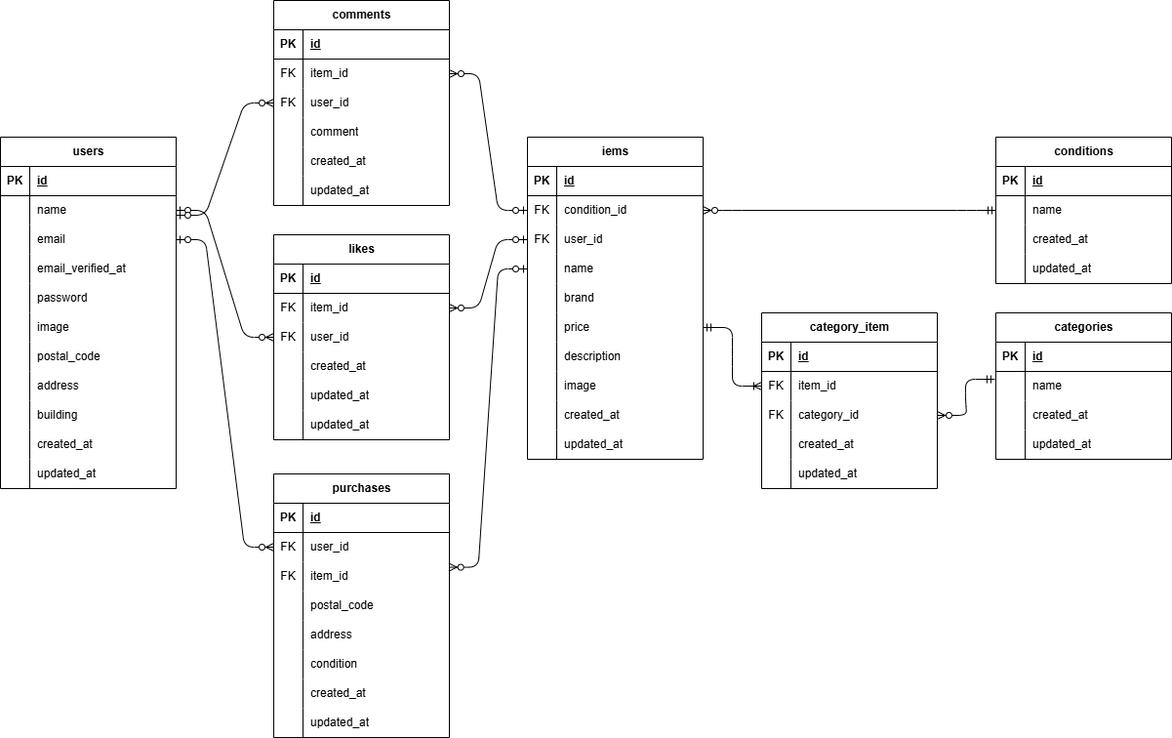
s-kiso/flea-market keeps this draw.io diagram as er.png. Above is the earlier version. Source tidied: cells renumbered, new cells last; positions are measured from the earlier drawing's top-left corner, leaving out a move shared by most shapes.
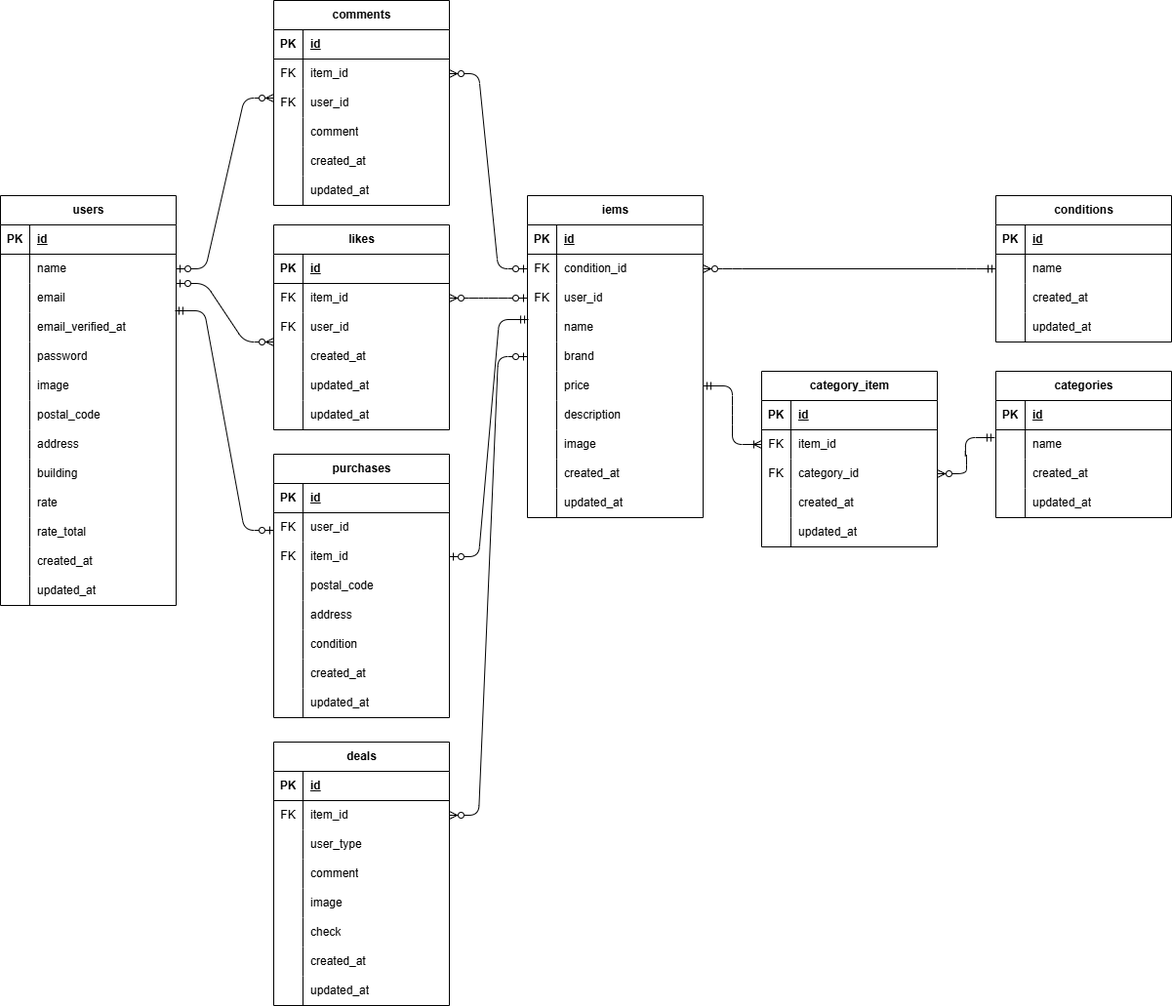
Later version of the same file.

What changed in the source:
```diff
@@ -222,7 +222,7 @@
       <mxGeometry x="30" width="150" height="30" as="geometry" />
     </mxCell>
     <mxCell id="75" value="users" style="shape=table;startSize=30;rowLines=0;fontStyle=1;align=center;html=1;" parent="1" vertex="1">
-      <mxGeometry y="140" width="180" height="360" as="geometry" />
+      <mxGeometry y="140" width="180" height="420" as="geometry" />
     </mxCell>
     <mxCell id="76" style="shape=tableRow;horizontal=0;startSize=0;swimlaneHead=0;swimlaneBody=0;fillColor=none;top=0;left=0;right=0;bottom=1;" parent="75" vertex="1">
       <mxGeometry y="30" width="180" height="30" as="geometry" />
@@ -305,8 +305,26 @@
     <mxCell id="102" value="building" style="shape=partialRectangle;fillColor=none;top=0;left=0;bottom=0;right=0;align=left;spacingLeft=6;overflow=hidden;whiteSpace=wrap;html=1;" parent="100" vertex="1">
       <mxGeometry x="30" width="150" height="30" as="geometry" />
     </mxCell>
+    <mxCell id="181" style="shape=tableRow;horizontal=0;startSize=0;swimlaneHead=0;swimlaneBody=0;fillColor=none;top=0;left=0;right=0;bottom=0;" parent="75" vertex="1">
+      <mxGeometry y="300" width="180" height="30" as="geometry" />
+    </mxCell>
+    <mxCell id="182" style="shape=partialRectangle;fillColor=none;top=0;left=0;bottom=0;right=0;overflow=hidden;whiteSpace=wrap;html=1;" parent="181" vertex="1">
+      <mxGeometry width="30" height="30" as="geometry" />
+    </mxCell>
+    <mxCell id="183" value="rate" style="shape=partialRectangle;fillColor=none;top=0;left=0;bottom=0;right=0;align=left;spacingLeft=6;overflow=hidden;whiteSpace=wrap;html=1;" parent="181" vertex="1">
+      <mxGeometry x="30" width="150" height="30" as="geometry" />
+    </mxCell>
+    <mxCell id="184" style="shape=tableRow;horizontal=0;startSize=0;swimlaneHead=0;swimlaneBody=0;fillColor=none;top=0;left=0;right=0;bottom=0;" parent="75" vertex="1">
+      <mxGeometry y="330" width="180" height="30" as="geometry" />
+    </mxCell>
+    <mxCell id="185" style="shape=partialRectangle;fillColor=none;top=0;left=0;bottom=0;right=0;overflow=hidden;whiteSpace=wrap;html=1;" parent="184" vertex="1">
+      <mxGeometry width="30" height="30" as="geometry" />
+    </mxCell>
+    <mxCell id="186" value="rate_total" style="shape=partialRectangle;fillColor=none;top=0;left=0;bottom=0;right=0;align=left;spacingLeft=6;overflow=hidden;whiteSpace=wrap;html=1;" parent="184" vertex="1">
+      <mxGeometry x="30" width="150" height="30" as="geometry" />
+    </mxCell>
     <mxCell id="103" style="shape=tableRow;horizontal=0;startSize=0;swimlaneHead=0;swimlaneBody=0;fillColor=none;top=0;left=0;right=0;bottom=0;" parent="75" vertex="1">
-      <mxGeometry y="300" width="180" height="30" as="geometry" />
+      <mxGeometry y="360" width="180" height="30" as="geometry" />
     </mxCell>
     <mxCell id="104" style="shape=partialRectangle;fillColor=none;top=0;left=0;bottom=0;right=0;overflow=hidden;whiteSpace=wrap;html=1;" parent="103" vertex="1">
       <mxGeometry width="30" height="30" as="geometry" />
@@ -315,7 +333,7 @@
       <mxGeometry x="30" width="150" height="30" as="geometry" />
     </mxCell>
     <mxCell id="106" style="shape=tableRow;horizontal=0;startSize=0;swimlaneHead=0;swimlaneBody=0;fillColor=none;top=0;left=0;right=0;bottom=0;" parent="75" vertex="1">
-      <mxGeometry y="330" width="180" height="30" as="geometry" />
+      <mxGeometry y="390" width="180" height="30" as="geometry" />
     </mxCell>
     <mxCell id="107" style="shape=partialRectangle;fillColor=none;top=0;left=0;bottom=0;right=0;overflow=hidden;whiteSpace=wrap;html=1;" parent="106" vertex="1">
       <mxGeometry width="30" height="30" as="geometry" />
@@ -324,7 +342,7 @@
       <mxGeometry x="30" width="150" height="30" as="geometry" />
     </mxCell>
     <mxCell id="109" value="likes" style="shape=table;startSize=30;rowLines=0;fontStyle=1;align=center;html=1;" parent="1" vertex="1">
-      <mxGeometry x="280" y="240" width="180" height="210" as="geometry" />
+      <mxGeometry x="280" y="170" width="180" height="210" as="geometry" />
     </mxCell>
     <mxCell id="110" style="shape=tableRow;horizontal=0;startSize=0;swimlaneHead=0;swimlaneBody=0;fillColor=none;top=0;left=0;right=0;bottom=1;" parent="109" vertex="1">
       <mxGeometry y="30" width="180" height="30" as="geometry" />
@@ -381,7 +399,7 @@
       <mxGeometry x="30" width="150" height="30" as="geometry" />
     </mxCell>
     <mxCell id="128" value="comments" style="shape=table;startSize=30;rowLines=0;fontStyle=1;align=center;html=1;" parent="1" vertex="1">
-      <mxGeometry x="280" width="180" height="210" as="geometry" />
+      <mxGeometry x="280" y="-60" width="180" height="210" as="geometry" />
     </mxCell>
     <mxCell id="129" style="shape=tableRow;horizontal=0;startSize=0;swimlaneHead=0;swimlaneBody=0;fillColor=none;top=0;left=0;right=0;bottom=1;" parent="128" vertex="1">
       <mxGeometry y="30" width="180" height="30" as="geometry" />
@@ -438,7 +456,7 @@
       <mxGeometry x="30" width="150" height="30" as="geometry" />
     </mxCell>
     <mxCell id="147" value="purchases" style="shape=table;startSize=30;rowLines=0;fontStyle=1;align=center;html=1;" parent="1" vertex="1">
-      <mxGeometry x="280" y="485" width="180" height="270" as="geometry" />
+      <mxGeometry x="280" y="405" width="180" height="270" as="geometry" />
     </mxCell>
     <mxCell id="148" style="shape=tableRow;horizontal=0;startSize=0;swimlaneHead=0;swimlaneBody=0;fillColor=none;top=0;left=0;right=0;bottom=1;" parent="147" vertex="1">
       <mxGeometry y="30" width="180" height="30" as="geometry" />
@@ -521,8 +539,11 @@
     <mxCell id="174" style="edgeStyle=entityRelationEdgeStyle;fontSize=12;html=1;endArrow=ERzeroToMany;startArrow=ERmandOne;exitX=0;exitY=0.5;exitDx=0;exitDy=0;entryX=1;entryY=0.5;entryDx=0;entryDy=0;" parent="1" edge="1" source="37" target="6">
       <mxGeometry relative="1" as="geometry" />
     </mxCell>
-    <mxCell id="175" style="edgeStyle=entityRelationEdgeStyle;fontSize=12;html=1;endArrow=ERzeroToMany;startArrow=ERzeroToOne;exitX=1;exitY=0.5;exitDx=0;exitDy=0;entryX=0;entryY=0.5;entryDx=0;entryDy=0;" parent="1" edge="1" source="79" target="116">
-      <mxGeometry relative="1" as="geometry" />
+    <mxCell id="175" style="edgeStyle=entityRelationEdgeStyle;fontSize=12;html=1;endArrow=ERzeroToMany;startArrow=ERzeroToOne;exitX=1;exitY=0.5;exitDx=0;exitDy=0;entryX=0;entryY=0.5;entryDx=0;entryDy=0;" parent="1" edge="1">
+      <mxGeometry relative="1" as="geometry">
+        <mxPoint x="180" y="230" as="sourcePoint" />
+        <mxPoint x="280" y="290" as="targetPoint" />
+      </mxGeometry>
     </mxCell>
     <mxCell id="176" style="edgeStyle=entityRelationEdgeStyle;fontSize=12;html=1;endArrow=ERzeroToMany;startArrow=ERzeroToOne;exitX=0;exitY=0.5;exitDx=0;exitDy=0;entryX=1;entryY=0.5;entryDx=0;entryDy=0;" parent="1" edge="1" source="9" target="113">
       <mxGeometry relative="1" as="geometry" />
@@ -530,16 +551,97 @@
     <mxCell id="177" style="edgeStyle=entityRelationEdgeStyle;fontSize=12;html=1;endArrow=ERzeroToMany;startArrow=ERzeroToOne;exitX=0;exitY=0.5;exitDx=0;exitDy=0;entryX=1;entryY=0.5;entryDx=0;entryDy=0;" parent="1" edge="1" source="6" target="132">
       <mxGeometry relative="1" as="geometry" />
     </mxCell>
-    <mxCell id="178" style="edgeStyle=entityRelationEdgeStyle;fontSize=12;html=1;endArrow=ERzeroToMany;startArrow=ERzeroToOne;exitX=0;exitY=0.5;exitDx=0;exitDy=0;entryX=0;entryY=0.5;entryDx=0;entryDy=0;" parent="1" edge="1" target="135">
+    <mxCell id="178" style="edgeStyle=entityRelationEdgeStyle;fontSize=12;html=1;endArrow=ERzeroToMany;startArrow=ERzeroToOne;exitX=0;exitY=0.5;exitDx=0;exitDy=0;entryX=0;entryY=0.5;entryDx=0;entryDy=0;" parent="1" edge="1">
       <mxGeometry relative="1" as="geometry">
-        <mxPoint x="180" y="220" as="sourcePoint" />
+        <mxPoint x="180" y="215" as="sourcePoint" />
+        <mxPoint x="280" y="40" as="targetPoint" />
       </mxGeometry>
     </mxCell>
-    <mxCell id="179" style="edgeStyle=entityRelationEdgeStyle;fontSize=12;html=1;endArrow=ERzeroToMany;startArrow=ERzeroToOne;exitX=1;exitY=0.5;exitDx=0;exitDy=0;entryX=0;entryY=0.5;entryDx=0;entryDy=0;" parent="1" edge="1" source="82" target="151">
-      <mxGeometry relative="1" as="geometry" />
-    </mxCell>
+    <mxCell id="187" value="deals" style="shape=table;startSize=30;rowLines=0;fontStyle=1;align=center;html=1;" parent="1" vertex="1">
+      <mxGeometry x="280" y="700" width="180" height="270" as="geometry" />
+    </mxCell>
+    <mxCell id="188" style="shape=tableRow;horizontal=0;startSize=0;swimlaneHead=0;swimlaneBody=0;fillColor=none;top=0;left=0;right=0;bottom=1;" parent="187" vertex="1">
+      <mxGeometry y="30" width="180" height="30" as="geometry" />
+    </mxCell>
+    <mxCell id="189" value="PK" style="shape=partialRectangle;fillColor=none;top=0;left=0;bottom=0;right=0;fontStyle=1;overflow=hidden;whiteSpace=wrap;html=1;" parent="188" vertex="1">
+      <mxGeometry width="30" height="30" as="geometry" />
+    </mxCell>
+    <mxCell id="190" value="id" style="shape=partialRectangle;fillColor=none;top=0;left=0;bottom=0;right=0;align=left;spacingLeft=6;fontStyle=5;overflow=hidden;whiteSpace=wrap;html=1;" parent="188" vertex="1">
+      <mxGeometry x="30" width="150" height="30" as="geometry" />
+    </mxCell>
+    <mxCell id="191" style="shape=tableRow;horizontal=0;startSize=0;swimlaneHead=0;swimlaneBody=0;fillColor=none;points=[[0,0.5],[1,0.5]];portConstraint=eastwest;top=0;left=0;right=0;bottom=0;" parent="187" vertex="1">
+      <mxGeometry y="60" width="180" height="30" as="geometry" />
+    </mxCell>
+    <mxCell id="192" value="FK" style="shape=partialRectangle;fillColor=none;top=0;left=0;bottom=0;right=0;overflow=hidden;whiteSpace=wrap;html=1;" parent="191" vertex="1">
+      <mxGeometry width="30" height="30" as="geometry" />
+    </mxCell>
+    <mxCell id="193" value="item_id" style="shape=partialRectangle;fillColor=none;top=0;left=0;bottom=0;right=0;align=left;spacingLeft=6;overflow=hidden;whiteSpace=wrap;html=1;" parent="191" vertex="1">
+      <mxGeometry x="30" width="150" height="30" as="geometry" />
+    </mxCell>
+    <mxCell id="194" style="shape=tableRow;horizontal=0;startSize=0;swimlaneHead=0;swimlaneBody=0;fillColor=none;top=0;left=0;right=0;bottom=0;" parent="187" vertex="1">
+      <mxGeometry y="90" width="180" height="30" as="geometry" />
+    </mxCell>
+    <mxCell id="195" style="shape=partialRectangle;fillColor=none;top=0;left=0;bottom=0;right=0;overflow=hidden;whiteSpace=wrap;html=1;" parent="194" vertex="1">
+      <mxGeometry width="30" height="30" as="geometry" />
+    </mxCell>
+    <mxCell id="196" value="user_type" style="shape=partialRectangle;fillColor=none;top=0;left=0;bottom=0;right=0;align=left;spacingLeft=6;overflow=hidden;whiteSpace=wrap;html=1;" parent="194" vertex="1">
+      <mxGeometry x="30" width="150" height="30" as="geometry" />
+    </mxCell>
+    <mxCell id="197" style="shape=tableRow;horizontal=0;startSize=0;swimlaneHead=0;swimlaneBody=0;fillColor=none;top=0;left=0;right=0;bottom=0;" parent="187" vertex="1">
+      <mxGeometry y="120" width="180" height="30" as="geometry" />
+    </mxCell>
+    <mxCell id="198" style="shape=partialRectangle;fillColor=none;top=0;left=0;bottom=0;right=0;overflow=hidden;whiteSpace=wrap;html=1;" parent="197" vertex="1">
+      <mxGeometry width="30" height="30" as="geometry" />
+    </mxCell>
+    <mxCell id="199" value="comment" style="shape=partialRectangle;fillColor=none;top=0;left=0;bottom=0;right=0;align=left;spacingLeft=6;overflow=hidden;whiteSpace=wrap;html=1;" parent="197" vertex="1">
+      <mxGeometry x="30" width="150" height="30" as="geometry" />
+    </mxCell>
+    <mxCell id="200" style="shape=tableRow;horizontal=0;startSize=0;swimlaneHead=0;swimlaneBody=0;fillColor=none;top=0;left=0;right=0;bottom=0;" parent="187" vertex="1">
+      <mxGeometry y="150" width="180" height="30" as="geometry" />
+    </mxCell>
+    <mxCell id="201" style="shape=partialRectangle;fillColor=none;top=0;left=0;bottom=0;right=0;overflow=hidden;whiteSpace=wrap;html=1;" parent="200" vertex="1">
+      <mxGeometry width="30" height="30" as="geometry" />
+    </mxCell>
+    <mxCell id="202" value="image" style="shape=partialRectangle;fillColor=none;top=0;left=0;bottom=0;right=0;align=left;spacingLeft=6;overflow=hidden;whiteSpace=wrap;html=1;" parent="200" vertex="1">
+      <mxGeometry x="30" width="150" height="30" as="geometry" />
+    </mxCell>
+    <mxCell id="203" style="shape=tableRow;horizontal=0;startSize=0;swimlaneHead=0;swimlaneBody=0;fillColor=none;top=0;left=0;right=0;bottom=0;" parent="187" vertex="1">
+      <mxGeometry y="180" width="180" height="30" as="geometry" />
+    </mxCell>
+    <mxCell id="204" style="shape=partialRectangle;fillColor=none;top=0;left=0;bottom=0;right=0;overflow=hidden;whiteSpace=wrap;html=1;" parent="203" vertex="1">
+      <mxGeometry width="30" height="30" as="geometry" />
+    </mxCell>
+    <mxCell id="205" value="check" style="shape=partialRectangle;fillColor=none;top=0;left=0;bottom=0;right=0;align=left;spacingLeft=6;overflow=hidden;whiteSpace=wrap;html=1;" parent="203" vertex="1">
+      <mxGeometry x="30" width="150" height="30" as="geometry" />
+    </mxCell>
+    <mxCell id="206" style="shape=tableRow;horizontal=0;startSize=0;swimlaneHead=0;swimlaneBody=0;fillColor=none;top=0;left=0;right=0;bottom=0;" parent="187" vertex="1">
+      <mxGeometry y="210" width="180" height="30" as="geometry" />
+    </mxCell>
+    <mxCell id="207" style="shape=partialRectangle;fillColor=none;top=0;left=0;bottom=0;right=0;overflow=hidden;whiteSpace=wrap;html=1;" parent="206" vertex="1">
+      <mxGeometry width="30" height="30" as="geometry" />
+    </mxCell>
+    <mxCell id="208" value="created_at" style="shape=partialRectangle;fillColor=none;top=0;left=0;bottom=0;right=0;align=left;spacingLeft=6;overflow=hidden;whiteSpace=wrap;html=1;" parent="206" vertex="1">
+      <mxGeometry x="30" width="150" height="30" as="geometry" />
+    </mxCell>
+    <mxCell id="209" style="shape=tableRow;horizontal=0;startSize=0;swimlaneHead=0;swimlaneBody=0;fillColor=none;top=0;left=0;right=0;bottom=0;" parent="187" vertex="1">
+      <mxGeometry y="240" width="180" height="30" as="geometry" />
+    </mxCell>
+    <mxCell id="210" style="shape=partialRectangle;fillColor=none;top=0;left=0;bottom=0;right=0;overflow=hidden;whiteSpace=wrap;html=1;" parent="209" vertex="1">
+      <mxGeometry width="30" height="30" as="geometry" />
+    </mxCell>
+    <mxCell id="211" value="updated_at" style="shape=partialRectangle;fillColor=none;top=0;left=0;bottom=0;right=0;align=left;spacingLeft=6;overflow=hidden;whiteSpace=wrap;html=1;" parent="209" vertex="1">
+      <mxGeometry x="30" width="150" height="30" as="geometry" />
+    </mxCell>
+    <mxCell id="212" style="edgeStyle=entityRelationEdgeStyle;fontSize=12;html=1;endArrow=ERzeroToMany;startArrow=ERzeroToOne;exitX=0;exitY=0.5;exitDx=0;exitDy=0;entryX=1;entryY=0.5;entryDx=0;entryDy=0;" parent="1" edge="1" source="15" target="191">
+      <mxGeometry relative="1" as="geometry" />
+    </mxCell>
-    <mxCell id="180" style="edgeStyle=entityRelationEdgeStyle;fontSize=12;html=1;endArrow=ERzeroToMany;startArrow=ERzeroToOne;exitX=0;exitY=0.5;exitDx=0;exitDy=0;entryX=0.998;entryY=0.186;entryDx=0;entryDy=0;entryPerimeter=0;" parent="1" edge="1" source="12" target="154">
+    <mxCell id="180" style="edgeStyle=entityRelationEdgeStyle;fontSize=12;html=1;endArrow=ERzeroToOne;startArrow=ERmandOne;entryX=1;entryY=0.5;entryDx=0;entryDy=0;exitX=0.006;exitY=0.233;exitDx=0;exitDy=0;exitPerimeter=0;" parent="1" edge="1" source="12" target="154">
       <mxGeometry relative="1" as="geometry" />
     </mxCell>
+    <mxCell id="213" style="edgeStyle=entityRelationEdgeStyle;fontSize=12;html=1;endArrow=ERzeroToOne;startArrow=ERmandOne;entryX=1;entryY=0.5;entryDx=0;entryDy=0;exitX=0.994;exitY=-0.067;exitDx=0;exitDy=0;exitPerimeter=0;" parent="1" edge="1" source="85">
+      <mxGeometry relative="1" as="geometry">
+        <mxPoint x="280" y="483" as="targetPoint" />
+      </mxGeometry>
+    </mxCell>
   </root>
 </mxGraphModel>
```
